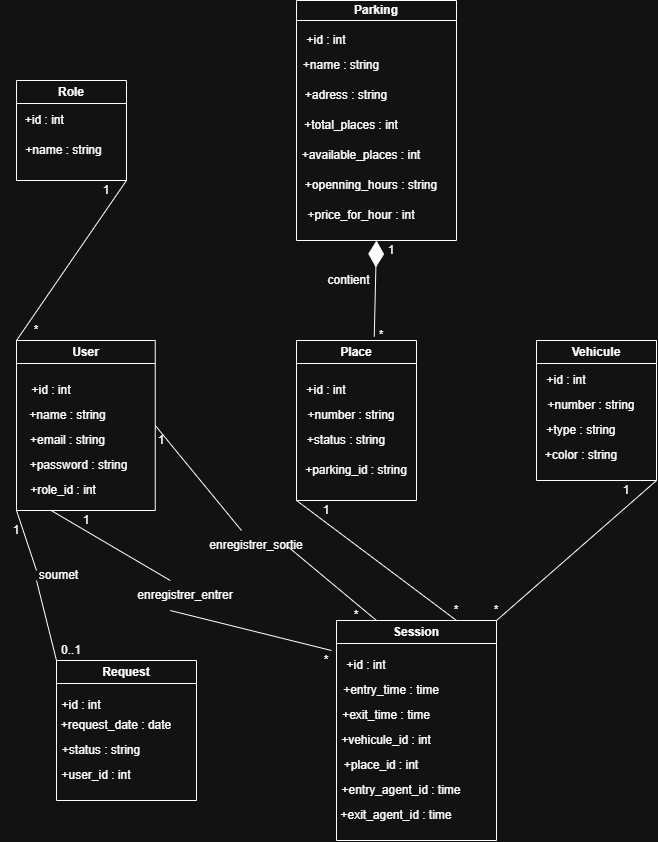
The draw.io diagram Diagrammes/class2.png in elhafkhalid/Gestion_parking, before a commit. Source tidied: cells renumbered, new cells last; positions are measured from the earlier drawing's top-left corner, leaving out a move shared by most shapes.
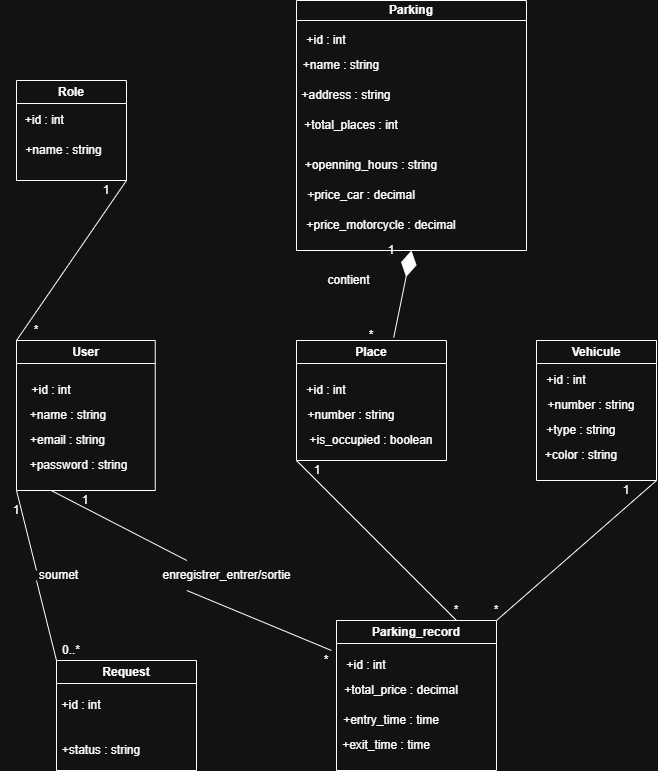
The same diagram one commit later.

The edit, as a diff of the source:
```diff
@@ -12,31 +12,31 @@
       <mxGeometry x="-15" y="60" width="125" height="20" as="geometry" />
     </mxCell>
     <mxCell id="5" value="Parking" style="swimlane;whiteSpace=wrap;html=1;startSize=20;" parent="1" vertex="1">
-      <mxGeometry x="296" width="160" height="240" as="geometry" />
+      <mxGeometry x="296" width="230" height="250" as="geometry" />
     </mxCell>
-    <mxCell id="6" value="+available_places : int" style="text;html=1;whiteSpace=wrap;strokeColor=none;fillColor=none;align=center;verticalAlign=middle;rounded=0;" parent="5" vertex="1">
-      <mxGeometry x="-30" y="140" width="190" height="30" as="geometry" />
-    </mxCell>
     <mxCell id="7" value="+openning_hours : string" style="text;html=1;whiteSpace=wrap;strokeColor=none;fillColor=none;align=center;verticalAlign=middle;rounded=0;" parent="5" vertex="1">
-      <mxGeometry x="-10" y="170" width="170" height="30" as="geometry" />
+      <mxGeometry x="-10" y="150" width="170" height="30" as="geometry" />
     </mxCell>
-    <mxCell id="8" value="+price_for_hour : int" style="text;html=1;whiteSpace=wrap;strokeColor=none;fillColor=none;align=center;verticalAlign=middle;rounded=0;" parent="5" vertex="1">
-      <mxGeometry x="-40" y="200" width="210" height="30" as="geometry" />
-    </mxCell>
+    <mxCell id="70" value="+price_car : decimal" style="text;html=1;whiteSpace=wrap;strokeColor=none;fillColor=none;align=center;verticalAlign=middle;rounded=0;" parent="5" vertex="1">
+      <mxGeometry x="-60" y="180" width="250" height="30" as="geometry" />
+    </mxCell>
+    <mxCell id="71" value="+price_motorcycle : decimal" style="text;html=1;whiteSpace=wrap;strokeColor=none;fillColor=none;align=center;verticalAlign=middle;rounded=0;" parent="5" vertex="1">
+      <mxGeometry x="-60" y="210" width="290" height="30" as="geometry" />
+    </mxCell>
     <mxCell id="9" value="+id : int" style="text;html=1;whiteSpace=wrap;strokeColor=none;fillColor=none;align=center;verticalAlign=middle;rounded=0;" parent="1" vertex="1">
       <mxGeometry x="276" y="30" width="100" height="20" as="geometry" />
     </mxCell>
     <mxCell id="10" value="+name : string" style="text;html=1;whiteSpace=wrap;strokeColor=none;fillColor=none;align=center;verticalAlign=middle;rounded=0;" parent="1" vertex="1">
       <mxGeometry x="286" y="50" width="110" height="30" as="geometry" />
     </mxCell>
-    <mxCell id="11" value="+adress : string" style="text;html=1;whiteSpace=wrap;strokeColor=none;fillColor=none;align=center;verticalAlign=middle;rounded=0;" parent="1" vertex="1">
-      <mxGeometry x="286" y="80" width="120" height="30" as="geometry" />
-    </mxCell>
+    <mxCell id="72" value="+address : string" style="text;html=1;whiteSpace=wrap;strokeColor=none;fillColor=none;align=center;verticalAlign=middle;rounded=0;" parent="1" vertex="1">
+      <mxGeometry x="286" y="80" width="120" height="30" as="geometry" />
+    </mxCell>
     <mxCell id="12" value="+total_places : int" style="text;html=1;whiteSpace=wrap;strokeColor=none;fillColor=none;align=center;verticalAlign=middle;rounded=0;" parent="1" vertex="1">
       <mxGeometry x="286" y="110" width="130" height="30" as="geometry" />
     </mxCell>
     <mxCell id="13" value="User" style="swimlane;whiteSpace=wrap;html=1;" parent="1" vertex="1">
-      <mxGeometry x="16" y="340" width="138.8" height="170" as="geometry" />
+      <mxGeometry x="16" y="340" width="138.8" height="150" as="geometry" />
     </mxCell>
     <mxCell id="14" value="+id : int" style="text;html=1;whiteSpace=wrap;strokeColor=none;fillColor=none;align=center;verticalAlign=middle;rounded=0;" parent="13" vertex="1">
       <mxGeometry x="-15" y="40" width="100" height="20" as="geometry" />
@@ -50,24 +50,18 @@
     <mxCell id="17" value="+password : string" style="text;html=1;whiteSpace=wrap;strokeColor=none;fillColor=none;align=center;verticalAlign=middle;rounded=0;" parent="13" vertex="1">
       <mxGeometry x="-15" y="110" width="155" height="30" as="geometry" />
     </mxCell>
-    <mxCell id="18" value="+role_id : int" style="text;html=1;whiteSpace=wrap;strokeColor=none;fillColor=none;align=center;verticalAlign=middle;rounded=0;" parent="13" vertex="1">
-      <mxGeometry x="-16.2" y="140" width="126.2" height="20" as="geometry" />
-    </mxCell>
     <mxCell id="19" value="Place" style="swimlane;whiteSpace=wrap;html=1;" parent="1" vertex="1">
-      <mxGeometry x="296" y="340" width="120" height="160" as="geometry" />
+      <mxGeometry x="296" y="340" width="150" height="120" as="geometry" />
     </mxCell>
     <mxCell id="20" value="+id : int" style="text;html=1;whiteSpace=wrap;strokeColor=none;fillColor=none;align=center;verticalAlign=middle;rounded=0;" parent="19" vertex="1">
-      <mxGeometry x="-20" y="40" width="100" height="20" as="geometry" />
+      <mxGeometry x="-40" y="40" width="140" height="20" as="geometry" />
     </mxCell>
     <mxCell id="21" value="+number : string" style="text;html=1;whiteSpace=wrap;strokeColor=none;fillColor=none;align=center;verticalAlign=middle;rounded=0;" parent="19" vertex="1">
       <mxGeometry x="-10" y="60" width="130" height="30" as="geometry" />
     </mxCell>
-    <mxCell id="22" value="+status : string" style="text;html=1;whiteSpace=wrap;strokeColor=none;fillColor=none;align=center;verticalAlign=middle;rounded=0;" parent="19" vertex="1">
-      <mxGeometry x="-10" y="85" width="120" height="30" as="geometry" />
-    </mxCell>
-    <mxCell id="23" value="+parking_id : string" style="text;html=1;whiteSpace=wrap;strokeColor=none;fillColor=none;align=center;verticalAlign=middle;rounded=0;" parent="19" vertex="1">
-      <mxGeometry x="-10" y="115" width="140" height="30" as="geometry" />
-    </mxCell>
+    <mxCell id="73" value="+is_occupied : boolean" style="text;html=1;whiteSpace=wrap;strokeColor=none;fillColor=none;align=center;verticalAlign=middle;rounded=0;" parent="19" vertex="1">
+      <mxGeometry y="85" width="150" height="30" as="geometry" />
+    </mxCell>
     <mxCell id="24" value="Vehicule" style="swimlane;whiteSpace=wrap;html=1;" parent="1" vertex="1">
       <mxGeometry x="536" y="340" width="120" height="140" as="geometry" />
     </mxCell>
@@ -84,65 +78,47 @@
       <mxGeometry x="-20" y="100" width="130" height="30" as="geometry" />
     </mxCell>
     <mxCell id="29" value="Request" style="swimlane;whiteSpace=wrap;html=1;" parent="1" vertex="1">
-      <mxGeometry x="56" y="660" width="140" height="140" as="geometry" />
+      <mxGeometry x="56" y="660" width="140" height="110" as="geometry" />
     </mxCell>
     <mxCell id="30" value="+id : int" style="text;html=1;whiteSpace=wrap;strokeColor=none;fillColor=none;align=center;verticalAlign=middle;rounded=0;" parent="29" vertex="1">
       <mxGeometry x="-40" y="30" width="130" height="30" as="geometry" />
     </mxCell>
-    <mxCell id="31" value="+request_date : date" style="text;html=1;whiteSpace=wrap;strokeColor=none;fillColor=none;align=center;verticalAlign=middle;rounded=0;" parent="29" vertex="1">
-      <mxGeometry x="-10" y="50" width="140" height="30" as="geometry" />
-    </mxCell>
     <mxCell id="32" value="+status : string" style="text;html=1;whiteSpace=wrap;strokeColor=none;fillColor=none;align=center;verticalAlign=middle;rounded=0;" parent="29" vertex="1">
       <mxGeometry x="-20" y="80" width="130" height="20" as="geometry" />
     </mxCell>
-    <mxCell id="33" value="+user_id : int" style="text;html=1;whiteSpace=wrap;strokeColor=none;fillColor=none;align=center;verticalAlign=middle;rounded=0;" parent="29" vertex="1">
-      <mxGeometry x="-20" y="100" width="120" height="30" as="geometry" />
-    </mxCell>
-    <mxCell id="34" value="Session" style="swimlane;whiteSpace=wrap;html=1;" parent="1" vertex="1">
-      <mxGeometry x="336" y="620" width="160" height="220" as="geometry" />
-    </mxCell>
+    <mxCell id="74" value="Parking_record" style="swimlane;whiteSpace=wrap;html=1;startSize=23;" parent="1" vertex="1">
+      <mxGeometry x="336" y="620" width="160" height="150" as="geometry" />
+    </mxCell>
-    <mxCell id="35" value="+id : int" style="text;html=1;whiteSpace=wrap;strokeColor=none;fillColor=none;align=center;verticalAlign=middle;rounded=0;" parent="34" vertex="1">
+    <mxCell id="35" value="+id : int" style="text;html=1;whiteSpace=wrap;strokeColor=none;fillColor=none;align=center;verticalAlign=middle;rounded=0;" parent="74" vertex="1">
       <mxGeometry x="-40" y="30" width="140" height="30" as="geometry" />
     </mxCell>
-    <mxCell id="36" value="+entry_time : time" style="text;html=1;whiteSpace=wrap;strokeColor=none;fillColor=none;align=center;verticalAlign=middle;rounded=0;" parent="34" vertex="1">
-      <mxGeometry x="-30" y="60" width="170" height="20" as="geometry" />
+    <mxCell id="36" value="+entry_time : time" style="text;html=1;whiteSpace=wrap;strokeColor=none;fillColor=none;align=center;verticalAlign=middle;rounded=0;" parent="74" vertex="1">
+      <mxGeometry x="-30" y="90" width="170" height="20" as="geometry" />
     </mxCell>
-    <mxCell id="37" value="+exit_time : time" style="text;html=1;whiteSpace=wrap;strokeColor=none;fillColor=none;align=center;verticalAlign=middle;rounded=0;" parent="34" vertex="1">
-      <mxGeometry x="-30" y="80" width="160" height="30" as="geometry" />
+    <mxCell id="37" value="+exit_time : time" style="text;html=1;whiteSpace=wrap;strokeColor=none;fillColor=none;align=center;verticalAlign=middle;rounded=0;" parent="74" vertex="1">
+      <mxGeometry x="-30" y="110" width="160" height="30" as="geometry" />
     </mxCell>
-    <mxCell id="38" value="+vehicule_id : int" style="text;html=1;whiteSpace=wrap;strokeColor=none;fillColor=none;align=center;verticalAlign=middle;rounded=0;" parent="34" vertex="1">
-      <mxGeometry x="-40" y="100" width="180" height="40" as="geometry" />
-    </mxCell>
-    <mxCell id="39" value="+place_id : int" style="text;html=1;whiteSpace=wrap;strokeColor=none;fillColor=none;align=center;verticalAlign=middle;rounded=0;" parent="34" vertex="1">
-      <mxGeometry x="-50" y="130" width="190" height="30" as="geometry" />
-    </mxCell>
-    <mxCell id="40" value="+entry_agent_id : time" style="text;html=1;whiteSpace=wrap;strokeColor=none;fillColor=none;align=center;verticalAlign=middle;rounded=0;" parent="34" vertex="1">
-      <mxGeometry x="-30" y="160" width="190" height="20" as="geometry" />
-    </mxCell>
-    <mxCell id="41" value="+exit_agent_id : time" style="text;html=1;whiteSpace=wrap;strokeColor=none;fillColor=none;align=center;verticalAlign=middle;rounded=0;" parent="34" vertex="1">
-      <mxGeometry x="-30" y="180" width="180" height="30" as="geometry" />
-    </mxCell>
+    <mxCell id="75" value="+total_price : decimal" style="text;html=1;whiteSpace=wrap;strokeColor=none;fillColor=none;align=center;verticalAlign=middle;rounded=0;" parent="74" vertex="1">
+      <mxGeometry x="-30" y="60" width="190" height="20" as="geometry" />
+    </mxCell>
     <mxCell id="42" style="endArrow=none;html=1;rounded=0;entryX=1;entryY=1;entryDx=0;entryDy=0;exitX=0;exitY=0;exitDx=0;exitDy=0;" parent="1" edge="1" source="13" target="2">
       <mxGeometry relative="1" as="geometry" />
     </mxCell>
     <mxCell id="43" style="endArrow=none;html=1;rounded=0;exitX=0;exitY=1;exitDx=0;exitDy=0;entryX=0;entryY=0;entryDx=0;entryDy=0;" parent="1" edge="1" source="69" target="29">
       <mxGeometry relative="1" as="geometry" />
     </mxCell>
-    <mxCell id="44" style="endArrow=none;html=1;rounded=0;entryX=0.25;entryY=1;entryDx=0;entryDy=0;exitX=0.25;exitY=0;exitDx=0;exitDy=0;" parent="1" edge="1" source="63" target="13">
-      <mxGeometry relative="1" as="geometry" />
-    </mxCell>
-    <mxCell id="45" style="endArrow=none;html=1;rounded=0;entryX=0;entryY=1;entryDx=0;entryDy=0;exitX=0.75;exitY=0;exitDx=0;exitDy=0;" parent="1" edge="1" source="34" target="19">
-      <mxGeometry relative="1" as="geometry" />
-    </mxCell>
-    <mxCell id="46" style="endArrow=none;html=1;rounded=0;entryX=1;entryY=0;entryDx=0;entryDy=0;exitX=1;exitY=1;exitDx=0;exitDy=0;" parent="1" edge="1" source="24" target="34">
-      <mxGeometry relative="1" as="geometry" />
-    </mxCell>
+    <mxCell id="76" style="endArrow=none;html=1;rounded=0;entryX=0.25;entryY=1;entryDx=0;entryDy=0;exitX=0.25;exitY=0;exitDx=0;exitDy=0;" parent="1" edge="1" source="85" target="13">
+      <mxGeometry relative="1" as="geometry" />
+    </mxCell>
+    <mxCell id="77" style="endArrow=none;html=1;rounded=0;entryX=0;entryY=1;entryDx=0;entryDy=0;exitX=0.75;exitY=0;exitDx=0;exitDy=0;" parent="1" edge="1" source="74" target="19">
+      <mxGeometry relative="1" as="geometry" />
+    </mxCell>
+    <mxCell id="78" style="endArrow=none;html=1;rounded=0;entryX=1;entryY=0;entryDx=0;entryDy=0;exitX=1;exitY=1;exitDx=0;exitDy=0;" parent="1" edge="1" source="24" target="74">
+      <mxGeometry relative="1" as="geometry" />
+    </mxCell>
     <mxCell id="47" style="endArrow=diamondThin;endFill=1;endSize=24;html=1;rounded=0;entryX=0.5;entryY=1;entryDx=0;entryDy=0;exitX=0.648;exitY=-0.024;exitDx=0;exitDy=0;exitPerimeter=0;" parent="1" edge="1" source="19" target="5">
       <mxGeometry relative="1" as="geometry" />
     </mxCell>
-    <mxCell id="48" style="endArrow=none;html=1;rounded=0;entryX=1;entryY=0.5;entryDx=0;entryDy=0;exitX=0.25;exitY=0;exitDx=0;exitDy=0;" parent="1" edge="1" source="65" target="13">
-      <mxGeometry relative="1" as="geometry" />
-    </mxCell>
     <mxCell id="49" value="1" style="text;html=1;whiteSpace=wrap;strokeColor=none;fillColor=none;align=center;verticalAlign=middle;rounded=0;" parent="1" vertex="1">
       <mxGeometry x="96" y="180" width="20" height="20" as="geometry" />
     </mxCell>
@@ -152,27 +128,24 @@
     <mxCell id="51" value="1" style="text;html=1;whiteSpace=wrap;strokeColor=none;fillColor=none;align=center;verticalAlign=middle;rounded=0;" parent="1" vertex="1">
       <mxGeometry x="381" y="240" width="20" height="20" as="geometry" />
     </mxCell>
-    <mxCell id="52" value="*" style="text;html=1;whiteSpace=wrap;strokeColor=none;fillColor=none;align=center;verticalAlign=middle;rounded=0;" parent="1" vertex="1">
-      <mxGeometry x="376" y="320" width="10" height="30" as="geometry" />
-    </mxCell>
-    <mxCell id="53" value="1" style="text;html=1;whiteSpace=wrap;strokeColor=none;fillColor=none;align=center;verticalAlign=middle;rounded=0;" parent="1" vertex="1">
-      <mxGeometry x="6" y="520" width="20" height="20" as="geometry" />
-    </mxCell>
-    <mxCell id="54" value="0..1" style="text;html=1;whiteSpace=wrap;strokeColor=none;fillColor=none;align=center;verticalAlign=middle;rounded=0;" parent="1" vertex="1">
-      <mxGeometry x="56" y="640" width="30" height="20" as="geometry" />
-    </mxCell>
-    <mxCell id="55" value="1" style="text;html=1;whiteSpace=wrap;strokeColor=none;fillColor=none;align=center;verticalAlign=middle;rounded=0;" parent="1" vertex="1">
-      <mxGeometry x="76" y="510" width="20" height="20" as="geometry" />
-    </mxCell>
+    <mxCell id="79" value="*" style="text;html=1;whiteSpace=wrap;strokeColor=none;fillColor=none;align=center;verticalAlign=middle;rounded=0;" parent="1" vertex="1">
+      <mxGeometry x="366" y="320" width="10" height="30" as="geometry" />
+    </mxCell>
+    <mxCell id="80" value="1" style="text;html=1;whiteSpace=wrap;strokeColor=none;fillColor=none;align=center;verticalAlign=middle;rounded=0;" parent="1" vertex="1">
+      <mxGeometry x="6" y="500" width="20" height="20" as="geometry" />
+    </mxCell>
+    <mxCell id="81" value="0..*" style="text;html=1;whiteSpace=wrap;strokeColor=none;fillColor=none;align=center;verticalAlign=middle;rounded=0;" parent="1" vertex="1">
+      <mxGeometry x="56" y="640" width="30" height="20" as="geometry" />
+    </mxCell>
+    <mxCell id="82" value="1" style="text;html=1;whiteSpace=wrap;strokeColor=none;fillColor=none;align=center;verticalAlign=middle;rounded=0;" parent="1" vertex="1">
+      <mxGeometry x="75.4" y="490" width="20" height="20" as="geometry" />
+    </mxCell>
     <mxCell id="56" value="*" style="text;html=1;whiteSpace=wrap;strokeColor=none;fillColor=none;align=center;verticalAlign=middle;rounded=0;" parent="1" vertex="1">
       <mxGeometry x="316" y="650" width="20" height="20" as="geometry" />
     </mxCell>
-    <mxCell id="57" value="*" style="text;html=1;whiteSpace=wrap;strokeColor=none;fillColor=none;align=center;verticalAlign=middle;rounded=0;" parent="1" vertex="1">
-      <mxGeometry x="346" y="610" width="20" height="10" as="geometry" />
-    </mxCell>
-    <mxCell id="58" value="1" style="text;html=1;whiteSpace=wrap;strokeColor=none;fillColor=none;align=center;verticalAlign=middle;rounded=0;" parent="1" vertex="1">
-      <mxGeometry x="316" y="500" width="20" height="20" as="geometry" />
-    </mxCell>
+    <mxCell id="83" value="1" style="text;html=1;whiteSpace=wrap;strokeColor=none;fillColor=none;align=center;verticalAlign=middle;rounded=0;" parent="1" vertex="1">
+      <mxGeometry x="307.2" y="460" width="20" height="20" as="geometry" />
+    </mxCell>
     <mxCell id="59" value="*" style="text;html=1;whiteSpace=wrap;strokeColor=none;fillColor=none;align=center;verticalAlign=middle;rounded=0;" parent="1" vertex="1">
       <mxGeometry x="446" y="600" width="20" height="20" as="geometry" />
     </mxCell>
@@ -182,21 +155,12 @@
     <mxCell id="61" value="*" style="text;html=1;whiteSpace=wrap;strokeColor=none;fillColor=none;align=center;verticalAlign=middle;rounded=0;" parent="1" vertex="1">
       <mxGeometry x="486" y="600" width="20" height="20" as="geometry" />
     </mxCell>
-    <mxCell id="62" style="endArrow=none;html=1;rounded=0;entryX=0.25;entryY=1;entryDx=0;entryDy=0;exitX=0.25;exitY=0;exitDx=0;exitDy=0;" parent="1" edge="1" source="35" target="63">
-      <mxGeometry relative="1" as="geometry" />
-    </mxCell>
-    <mxCell id="63" value="enregistrer_entrer" style="text;html=1;whiteSpace=wrap;strokeColor=none;fillColor=none;align=center;verticalAlign=middle;rounded=0;" parent="1" vertex="1">
-      <mxGeometry x="154.8" y="580" width="60" height="30" as="geometry" />
-    </mxCell>
-    <mxCell id="64" style="endArrow=none;html=1;rounded=0;entryX=1;entryY=0.5;entryDx=0;entryDy=0;exitX=0.25;exitY=0;exitDx=0;exitDy=0;" parent="1" edge="1" source="34" target="65">
-      <mxGeometry relative="1" as="geometry" />
-    </mxCell>
-    <mxCell id="65" value="enregistrer_sortie" style="text;html=1;whiteSpace=wrap;strokeColor=none;fillColor=none;align=center;verticalAlign=middle;rounded=0;" parent="1" vertex="1">
-      <mxGeometry x="226" y="530" width="60" height="30" as="geometry" />
-    </mxCell>
-    <mxCell id="66" value="1" style="text;html=1;whiteSpace=wrap;strokeColor=none;fillColor=none;align=center;verticalAlign=middle;rounded=0;" parent="1" vertex="1">
-      <mxGeometry x="146" y="430" width="30" height="20" as="geometry" />
-    </mxCell>
+    <mxCell id="84" style="endArrow=none;html=1;rounded=0;entryX=0.25;entryY=1;entryDx=0;entryDy=0;exitX=0.25;exitY=0;exitDx=0;exitDy=0;" parent="1" edge="1" source="35" target="85">
+      <mxGeometry relative="1" as="geometry" />
+    </mxCell>
+    <mxCell id="85" value="enregistrer_entrer/sortie" style="text;html=1;whiteSpace=wrap;strokeColor=none;fillColor=none;align=center;verticalAlign=middle;rounded=0;" parent="1" vertex="1">
+      <mxGeometry x="146" y="560" width="161.2" height="30" as="geometry" />
+    </mxCell>
     <mxCell id="67" value="contient" style="text;html=1;whiteSpace=wrap;strokeColor=none;fillColor=none;align=center;verticalAlign=middle;rounded=0;" parent="1" vertex="1">
       <mxGeometry x="326" y="270" width="45" height="20" as="geometry" />
     </mxCell>
```
